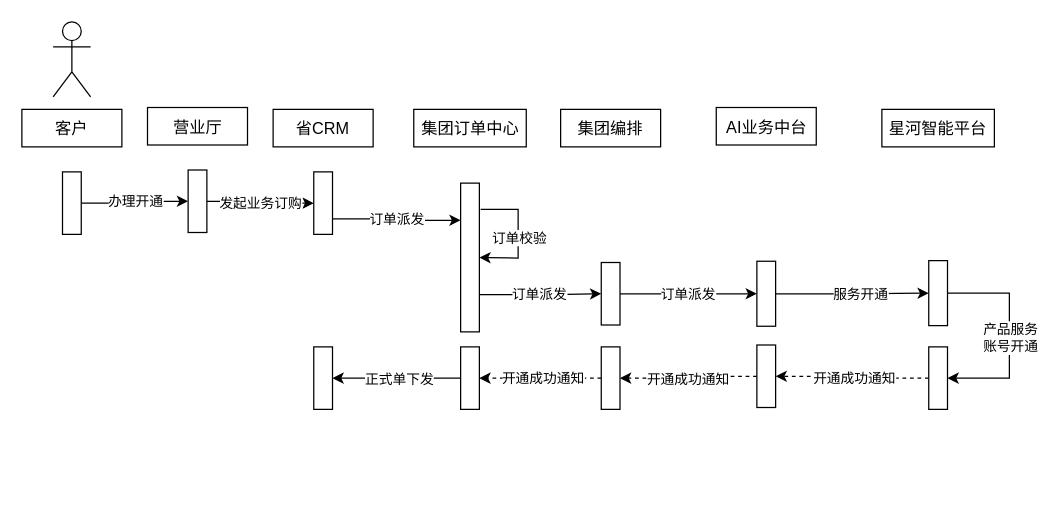
Above: 星河业务规范开通.drawio in JQLIANG77/drowio (draw.io), before the change. Source tidied: cells renumbered, new cells numbered last; positions are measured from the earlier drawing's top-left corner, leaving out a move shared by most shapes. Both pictures are drawn from the tidied source at 125%, with x=0, y=0 at pixel (21, 21).
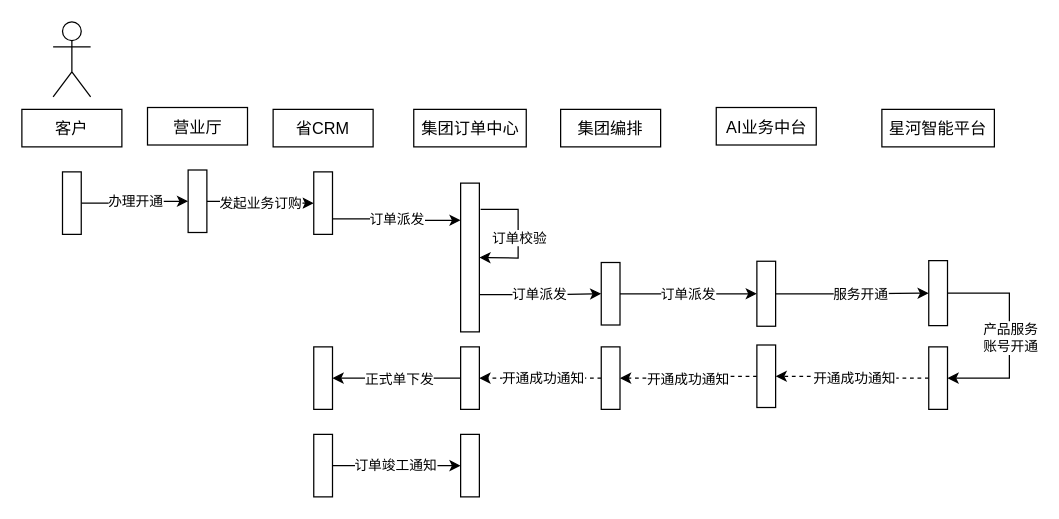
The same diagram, later.

Commit message (it also covers changes not shown here):
更新星河业务规范开通.drawio

The edit, as a diff of the source:
```diff
@@
+    <mxCell id="46" style="edgeStyle=orthogonalEdgeStyle;rounded=0;jettySize=auto;html=1;" parent="1" edge="1" source="48" target="49">
+      <mxGeometry relative="1" as="geometry" />
+    </mxCell>
+    <mxCell id="47" value="订单竣工通知" style="edgeLabel;html=1;align=center;verticalAlign=middle;" parent="46" vertex="1">
+      <mxGeometry x="-0.05" y="1" relative="1" as="geometry">
+        <mxPoint x="1" as="offset" />
+      </mxGeometry>
+    </mxCell>
+    <mxCell id="48" style="rounded=0;whiteSpace=wrap;html=1;" parent="1" vertex="1">
+      <mxGeometry x="233.5" y="330" width="15" height="50" as="geometry" />
+    </mxCell>
+    <mxCell id="49" style="rounded=0;whiteSpace=wrap;html=1;" parent="1" vertex="1">
+      <mxGeometry x="351" y="330" width="15" height="50" as="geometry" />
+    </mxCell>
```
